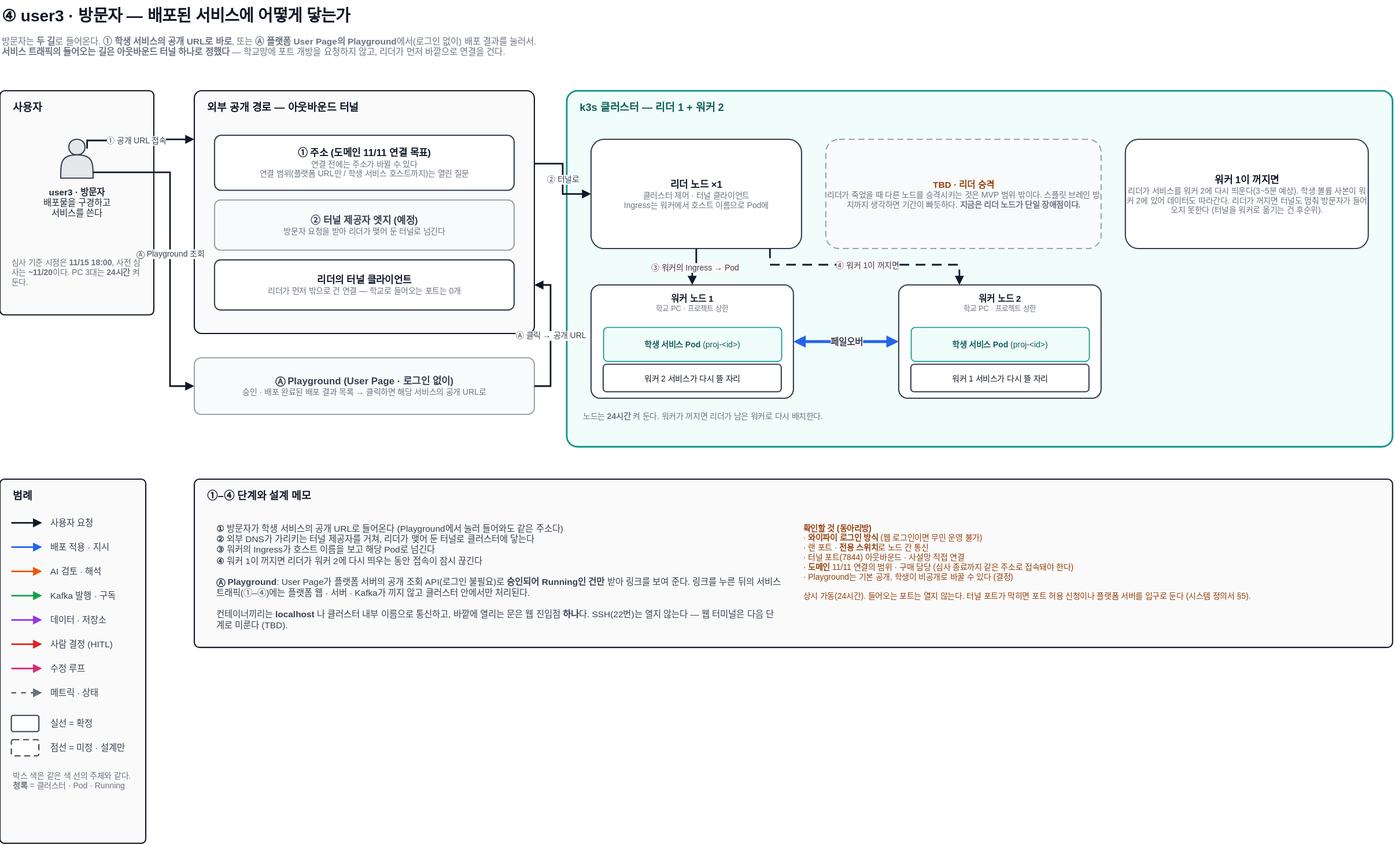
Above: docs/architecture/user3-visitor.drawio.svg in woowangthon/WOOWANGTHON_TEAM_18 (draw.io), before the change. Source tidied: cells renumbered, new cells last; positions are measured from the earlier drawing's top-left corner, leaving out a move shared by most shapes.
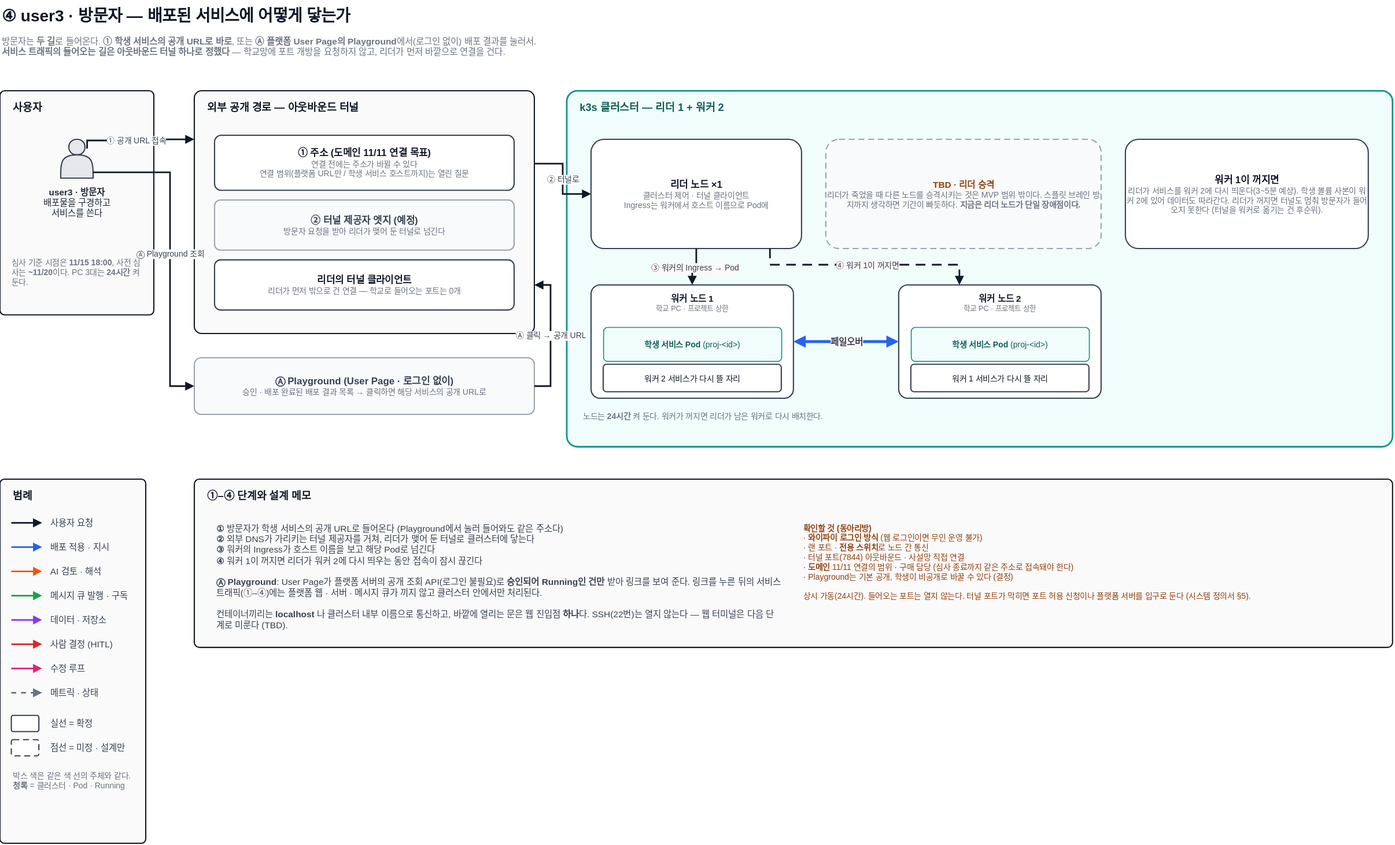
The same file after the commit.

The edit, as a diff of the source:
```diff
@@ -68,7 +68,7 @@
     <mxCell id="23" value="①–④ 단계와 설계 메모" style="rounded=1;arcSize=3;html=1;fillColor=#FAFAFA;strokeColor=#111827;strokeWidth=1.5;verticalAlign=top;align=left;spacingLeft=14;spacingTop=6;fontSize=13;fontStyle=1;fontColor=#111827;fontFamily=Pretendard,Malgun Gothic,Apple SD Gothic Neo,sans-serif;" parent="1" vertex="1">
       <mxGeometry x="240" y="592" width="1480" height="208" as="geometry" />
     </mxCell>
-    <mxCell id="24" value="&lt;b&gt;①&lt;/b&gt; 방문자가 학생 서비스의 공개 URL로 들어온다 (Playground에서 눌러 들어와도 같은 주소다)&lt;br&gt;&lt;b&gt;②&lt;/b&gt; 외부 DNS가 가리키는 터널 제공자를 거쳐, 리더가 맺어 둔 터널로 클러스터에 닿는다&lt;br&gt;&lt;b&gt;③&lt;/b&gt; 워커의 Ingress가 호스트 이름을 보고 해당 Pod로 넘긴다&lt;br&gt;&lt;b&gt;④&lt;/b&gt; 워커 1이 꺼지면 리더가 워커 2에 다시 띄우는 동안 접속이 잠시 끊긴다&lt;br&gt;&lt;br&gt;&lt;b&gt;Ⓐ Playground&lt;/b&gt;: User Page가 플랫폼 서버의 공개 조회 API(로그인 불필요)로 &lt;b&gt;승인되어 Running인 건만&lt;/b&gt; 받아 링크를 보여 준다. 링크를 누른 뒤의 서비스 트래픽(①–④)에는 플랫폼 웹 · 서버 · Kafka가 끼지 않고 클러스터 안에서만 처리된다.&lt;br&gt;&lt;br&gt;컨테이너끼리는 &lt;b&gt;localhost&lt;/b&gt; 나 클러스터 내부 이름으로 통신하고, 바깥에 열리는 문은 웹 진입점 &lt;b&gt;하나&lt;/b&gt;다. SSH(22번)는 열지 않는다 — 웹 터미널은 다음 단계로 미룬다 (TBD)." style="text;html=1;align=left;verticalAlign=top;whiteSpace=wrap;fontSize=11;fontColor=#374151;fontFamily=Pretendard,Malgun Gothic,Apple SD Gothic Neo,sans-serif;" parent="1" vertex="1">
+    <mxCell id="24" value="&lt;b&gt;①&lt;/b&gt; 방문자가 학생 서비스의 공개 URL로 들어온다 (Playground에서 눌러 들어와도 같은 주소다)&lt;br&gt;&lt;b&gt;②&lt;/b&gt; 외부 DNS가 가리키는 터널 제공자를 거쳐, 리더가 맺어 둔 터널로 클러스터에 닿는다&lt;br&gt;&lt;b&gt;③&lt;/b&gt; 워커의 Ingress가 호스트 이름을 보고 해당 Pod로 넘긴다&lt;br&gt;&lt;b&gt;④&lt;/b&gt; 워커 1이 꺼지면 리더가 워커 2에 다시 띄우는 동안 접속이 잠시 끊긴다&lt;br&gt;&lt;br&gt;&lt;b&gt;Ⓐ Playground&lt;/b&gt;: User Page가 플랫폼 서버의 공개 조회 API(로그인 불필요)로 &lt;b&gt;승인되어 Running인 건만&lt;/b&gt; 받아 링크를 보여 준다. 링크를 누른 뒤의 서비스 트래픽(①–④)에는 플랫폼 웹 · 서버 · 메시지 큐가 끼지 않고 클러스터 안에서만 처리된다.&lt;br&gt;&lt;br&gt;컨테이너끼리는 &lt;b&gt;localhost&lt;/b&gt; 나 클러스터 내부 이름으로 통신하고, 바깥에 열리는 문은 웹 진입점 &lt;b&gt;하나&lt;/b&gt;다. SSH(22번)는 열지 않는다 — 웹 터미널은 다음 단계로 미룬다 (TBD)." style="text;html=1;align=left;verticalAlign=top;whiteSpace=wrap;fontSize=11;fontColor=#374151;fontFamily=Pretendard,Malgun Gothic,Apple SD Gothic Neo,sans-serif;" parent="1" vertex="1">
       <mxGeometry x="265" y="640" width="700" height="135" as="geometry" />
     </mxCell>
     <mxCell id="25" value="&lt;b&gt;확인할 것 (동아리방)&lt;/b&gt;&lt;br&gt;· &lt;b&gt;와이파이 로그인 방식&lt;/b&gt; (웹 로그인이면 무인 운영 불가)&lt;br&gt;· 랜 포트 · &lt;b&gt;전용 스위치&lt;/b&gt;로 노드 간 통신&lt;br&gt;· 터널 포트(7844) 아웃바운드 · 사설망 직접 연결&lt;br&gt;· &lt;b&gt;도메인&lt;/b&gt; 11/11 연결의 범위 · 구매 담당 (심사 종료까지 같은 주소로 접속돼야 한다)&lt;br&gt;· Playground는 기본 공개, 학생이 비공개로 바꿀 수 있다 (결정)&lt;br&gt;&lt;br&gt;상시 가동(24시간). 들어오는 포트는 열지 않는다. 터널 포트가 막히면 포트 허용 신청이나 플랫폼 서버를 입구로 둔다 (시스템 정의서 §5)." style="text;html=1;align=left;verticalAlign=top;whiteSpace=wrap;fontSize=10;fontColor=#92400E;fontFamily=Pretendard,Malgun Gothic,Apple SD Gothic Neo,sans-serif;" parent="1" vertex="1">
@@ -154,7 +154,7 @@
         <mxPoint x="52" y="736" as="targetPoint" />
       </mxGeometry>
     </mxCell>
-    <mxCell id="42" value="Kafka 발행 · 구독" style="text;html=1;align=left;verticalAlign=middle;whiteSpace=wrap;fontSize=11;fontColor=#374151;fontFamily=Pretendard,Malgun Gothic,Apple SD Gothic Neo,sans-serif;" parent="1" vertex="1">
+    <mxCell id="42" value="메시지 큐 발행 · 구독" style="text;html=1;align=left;verticalAlign=middle;whiteSpace=wrap;fontSize=11;fontColor=#374151;fontFamily=Pretendard,Malgun Gothic,Apple SD Gothic Neo,sans-serif;" parent="1" vertex="1">
       <mxGeometry x="60" y="726" width="112" height="20" as="geometry" />
     </mxCell>
     <mxCell id="43" style="endArrow=block;endFill=1;strokeWidth=2;html=1;strokeColor=#9333EA;" parent="1" edge="1">
```
